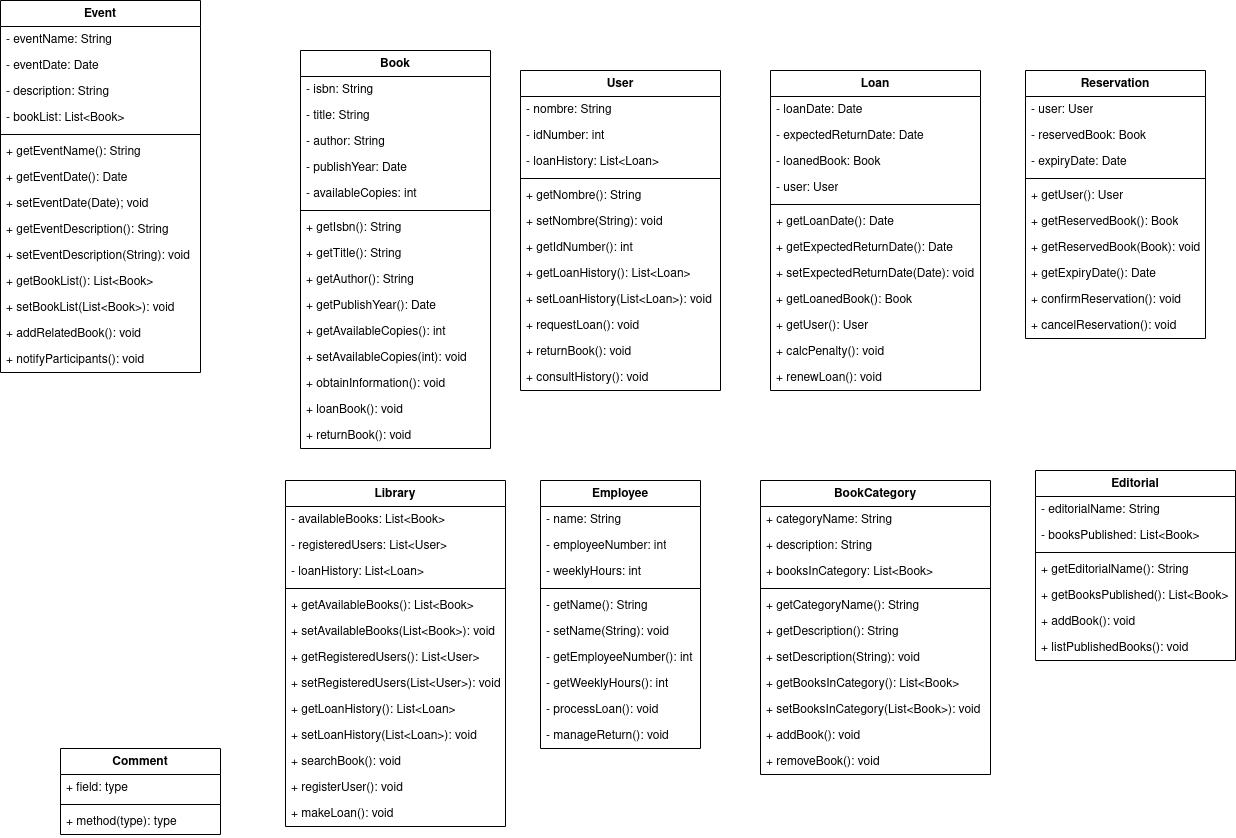
Before: proyecto/classdiagram/classdiagramlibrary.png, a diagram exported from draw.io (mackstm/ets). Source tidied: cells renumbered, new cells last; positions are measured from the earlier drawing's top-left corner, leaving out a move shared by most shapes.
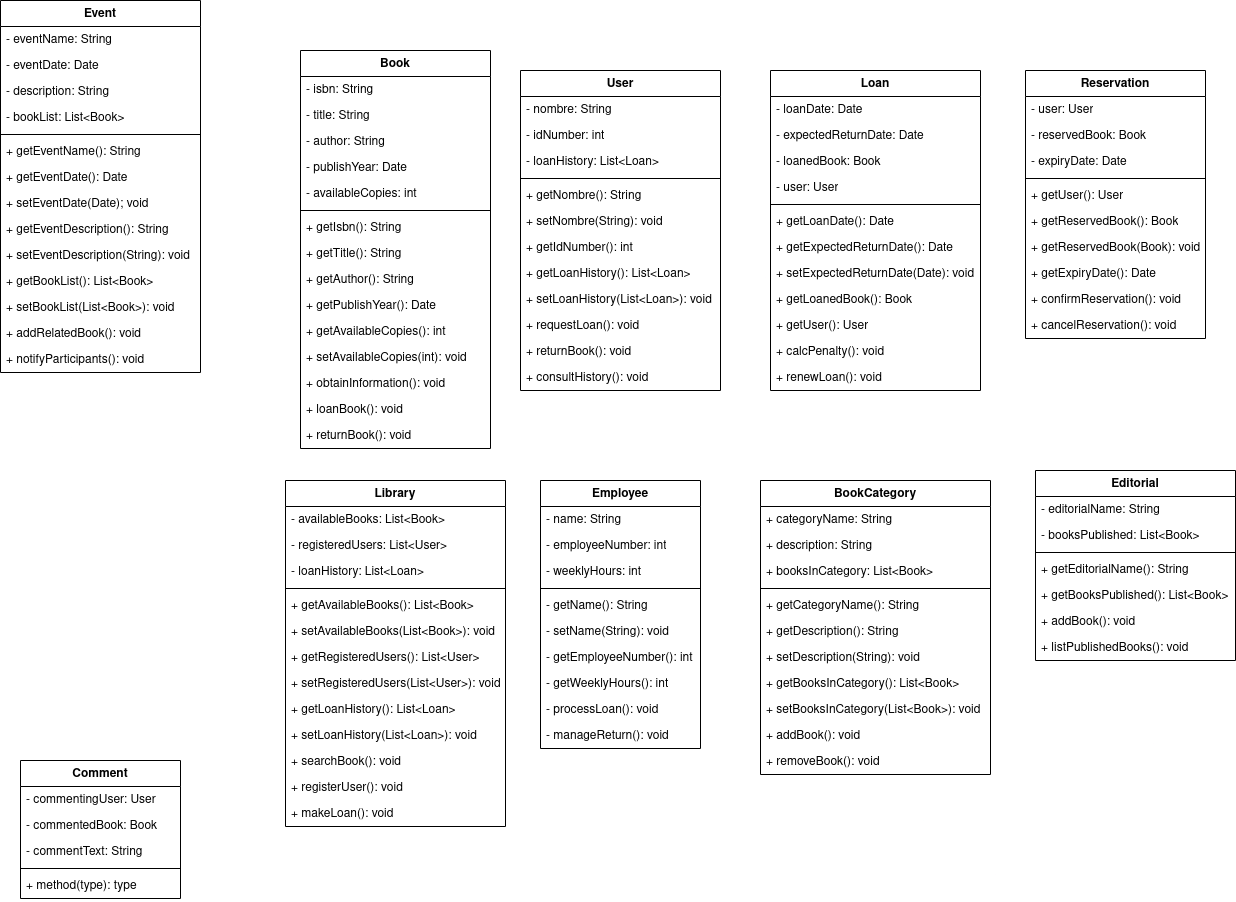
Above is the later version.

Diff of the diagram source:
```diff
@@ -342,16 +342,22 @@
       <mxGeometry y="164" width="200" height="26" as="geometry" />
     </mxCell>
     <mxCell id="115" value="Comment" style="swimlane;fontStyle=1;align=center;verticalAlign=top;horizontal=1;startSize=26;whiteSpace=wrap;html=1;" parent="1" vertex="1">
-      <mxGeometry x="60" y="748" width="160" height="86" as="geometry" />
+      <mxGeometry x="20" y="760" width="160" height="138" as="geometry" />
     </mxCell>
-    <mxCell id="116" value="+ field: type" style="text;strokeColor=none;fillColor=none;align=left;verticalAlign=top;spacingLeft=4;spacingRight=4;overflow=hidden;whiteSpace=wrap;html=1;" parent="115" vertex="1">
+    <mxCell id="116" value="- commentingUser: User" style="text;strokeColor=none;fillColor=none;align=left;verticalAlign=top;spacingLeft=4;spacingRight=4;overflow=hidden;whiteSpace=wrap;html=1;" parent="115" vertex="1">
       <mxGeometry y="26" width="160" height="26" as="geometry" />
     </mxCell>
+    <mxCell id="119" value="- commentedBook: Book" style="text;strokeColor=none;fillColor=none;align=left;verticalAlign=top;spacingLeft=4;spacingRight=4;overflow=hidden;whiteSpace=wrap;html=1;" parent="115" vertex="1">
+      <mxGeometry y="52" width="160" height="26" as="geometry" />
+    </mxCell>
+    <mxCell id="120" value="- commentText: String" style="text;strokeColor=none;fillColor=none;align=left;verticalAlign=top;spacingLeft=4;spacingRight=4;overflow=hidden;whiteSpace=wrap;html=1;" parent="115" vertex="1">
+      <mxGeometry y="78" width="160" height="26" as="geometry" />
+    </mxCell>
     <mxCell id="117" style="line;strokeWidth=1;fillColor=none;align=left;verticalAlign=middle;spacingTop=-1;spacingLeft=3;spacingRight=3;labelPosition=right;strokeColor=inherit;" parent="115" vertex="1">
-      <mxGeometry y="52" width="160" height="8" as="geometry" />
+      <mxGeometry y="104" width="160" height="8" as="geometry" />
     </mxCell>
     <mxCell id="118" value="+ method(type): type" style="text;strokeColor=none;fillColor=none;align=left;verticalAlign=top;spacingLeft=4;spacingRight=4;overflow=hidden;whiteSpace=wrap;html=1;" parent="115" vertex="1">
-      <mxGeometry y="60" width="160" height="26" as="geometry" />
+      <mxGeometry y="112" width="160" height="26" as="geometry" />
     </mxCell>
   </root>
 </mxGraphModel>
```
